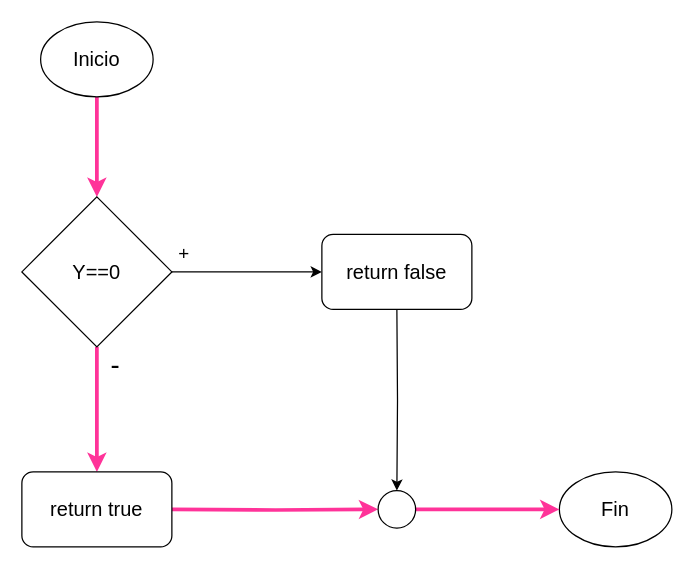
The draw.io diagram grafoCamino.drawio in mpaulaherrero/IS, before the edit. Source tidied: cells renumbered, new cells numbered last; positions are measured from the earlier drawing's top-left corner, leaving out a move shared by most shapes. Both pictures are drawn from the tidied source at 125%, with x=0, y=0 at pixel (21, 21).
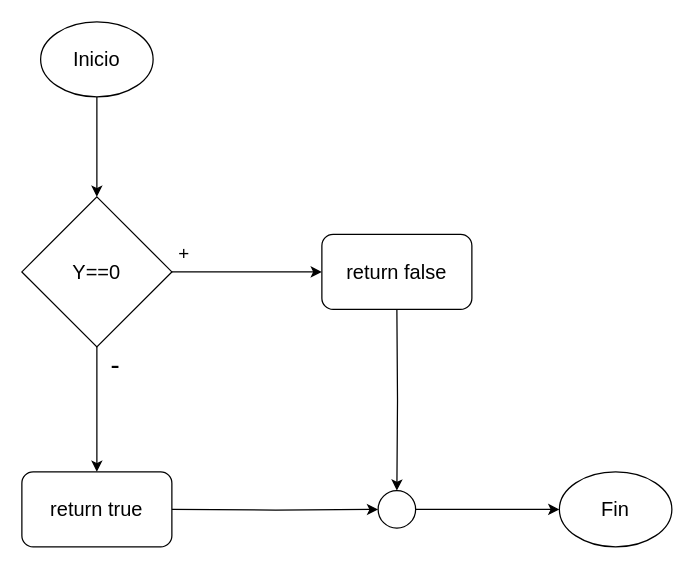
Above is the later version.

Commit message:
camino no resaltado grafoCamino.drawio

Diff of the diagram source:
```diff
@@
 <mxGraphModel>
   <root>
     <mxCell id="0" />
     <mxCell id="1" parent="0" />
-    <mxCell id="2" style="edgeStyle=orthogonalEdgeStyle;rounded=0;jettySize=auto;html=1;strokeColor=#FF3399;strokeWidth=3;" parent="1" edge="1" source="3" target="7">
+    <mxCell id="2" style="edgeStyle=orthogonalEdgeStyle;rounded=0;jettySize=auto;html=1;strokeColor=#000000;strokeWidth=1;" parent="1" edge="1" source="3" target="7">
       <mxGeometry relative="1" as="geometry" />
     </mxCell>
     <mxCell id="3" value="Inicio" style="ellipse;whiteSpace=wrap;html=1;fontSize=16;" parent="1" vertex="1">
       <mxGeometry x="15" width="90" height="60" as="geometry" />
     </mxCell>
     <mxCell id="4" value="Fin" style="ellipse;whiteSpace=wrap;html=1;fontSize=16;" parent="1" vertex="1">
       <mxGeometry x="430" y="360" width="90" height="60" as="geometry" />
     </mxCell>
-    <mxCell id="5" style="edgeStyle=orthogonalEdgeStyle;rounded=0;jettySize=auto;html=1;strokeColor=#FF3399;strokeWidth=3;" parent="1" edge="1" source="7">
+    <mxCell id="5" style="edgeStyle=orthogonalEdgeStyle;rounded=0;jettySize=auto;html=1;strokeColor=#000000;strokeWidth=1;" parent="1" edge="1" source="7">
       <mxGeometry relative="1" as="geometry">
         <mxPoint x="60" y="360" as="targetPoint" />
       </mxGeometry>
     </mxCell>
     <mxCell id="6" style="edgeStyle=orthogonalEdgeStyle;rounded=0;jettySize=auto;html=1;exitX=1;exitY=0.5;exitDx=0;exitDy=0;" parent="1" edge="1" source="7">
       <mxGeometry relative="1" as="geometry">
         <mxPoint x="240" y="200" as="targetPoint" />
       </mxGeometry>
     </mxCell>
     <mxCell id="7" value="Y==0" style="rhombus;whiteSpace=wrap;html=1;fontSize=16;" parent="1" vertex="1">
       <mxGeometry y="140" width="120" height="120" as="geometry" />
     </mxCell>
     <mxCell id="8" style="edgeStyle=orthogonalEdgeStyle;rounded=0;jettySize=auto;html=1;entryX=0.5;entryY=0;entryDx=0;entryDy=0;" parent="1" edge="1" target="11">
       <mxGeometry relative="1" as="geometry">
         <mxPoint x="300" y="230" as="sourcePoint" />
       </mxGeometry>
     </mxCell>
-    <mxCell id="9" style="edgeStyle=orthogonalEdgeStyle;rounded=0;jettySize=auto;html=1;entryX=0;entryY=0.5;entryDx=0;entryDy=0;strokeColor=#FF3399;strokeWidth=3;" parent="1" edge="1" target="11">
+    <mxCell id="9" style="edgeStyle=orthogonalEdgeStyle;rounded=0;jettySize=auto;html=1;entryX=0;entryY=0.5;entryDx=0;entryDy=0;strokeColor=#000000;strokeWidth=1;" parent="1" edge="1" target="11">
       <mxGeometry relative="1" as="geometry">
         <mxPoint x="120" y="390" as="sourcePoint" />
       </mxGeometry>
     </mxCell>
-    <mxCell id="10" style="edgeStyle=orthogonalEdgeStyle;rounded=0;jettySize=auto;html=1;strokeColor=#FF3399;strokeWidth=3;" parent="1" edge="1" source="11" target="4">
+    <mxCell id="10" style="edgeStyle=orthogonalEdgeStyle;rounded=0;jettySize=auto;html=1;strokeColor=#000000;strokeWidth=1;" parent="1" edge="1" source="11" target="4">
       <mxGeometry relative="1" as="geometry" />
     </mxCell>
     <mxCell id="11" style="ellipse;whiteSpace=wrap;html=1;" parent="1" vertex="1">
       <mxGeometry x="285" y="375" width="30" height="30" as="geometry" />
     </mxCell>
     <mxCell id="12" value="+" style="text;html=1;strokeColor=none;fillColor=none;align=center;verticalAlign=middle;whiteSpace=wrap;rounded=0;fontSize=15;" parent="1" vertex="1">
       <mxGeometry x="100" y="170" width="60" height="30" as="geometry" />
     </mxCell>
     <mxCell id="13" value="-" style="text;html=1;strokeColor=none;fillColor=none;align=center;verticalAlign=middle;whiteSpace=wrap;rounded=0;fontSize=22;" parent="1" vertex="1">
       <mxGeometry x="45" y="260" width="60" height="30" as="geometry" />
     </mxCell>
     <mxCell id="14" value="return false" style="rounded=1;whiteSpace=wrap;html=1;fontSize=16;" parent="1" vertex="1">
       <mxGeometry x="240" y="170" width="120" height="60" as="geometry" />
     </mxCell>
     <mxCell id="15" value="return true" style="rounded=1;whiteSpace=wrap;html=1;fontSize=16;" parent="1" vertex="1">
       <mxGeometry y="360" width="120" height="60" as="geometry" />
     </mxCell>
   </root>
 </mxGraphModel>
```
